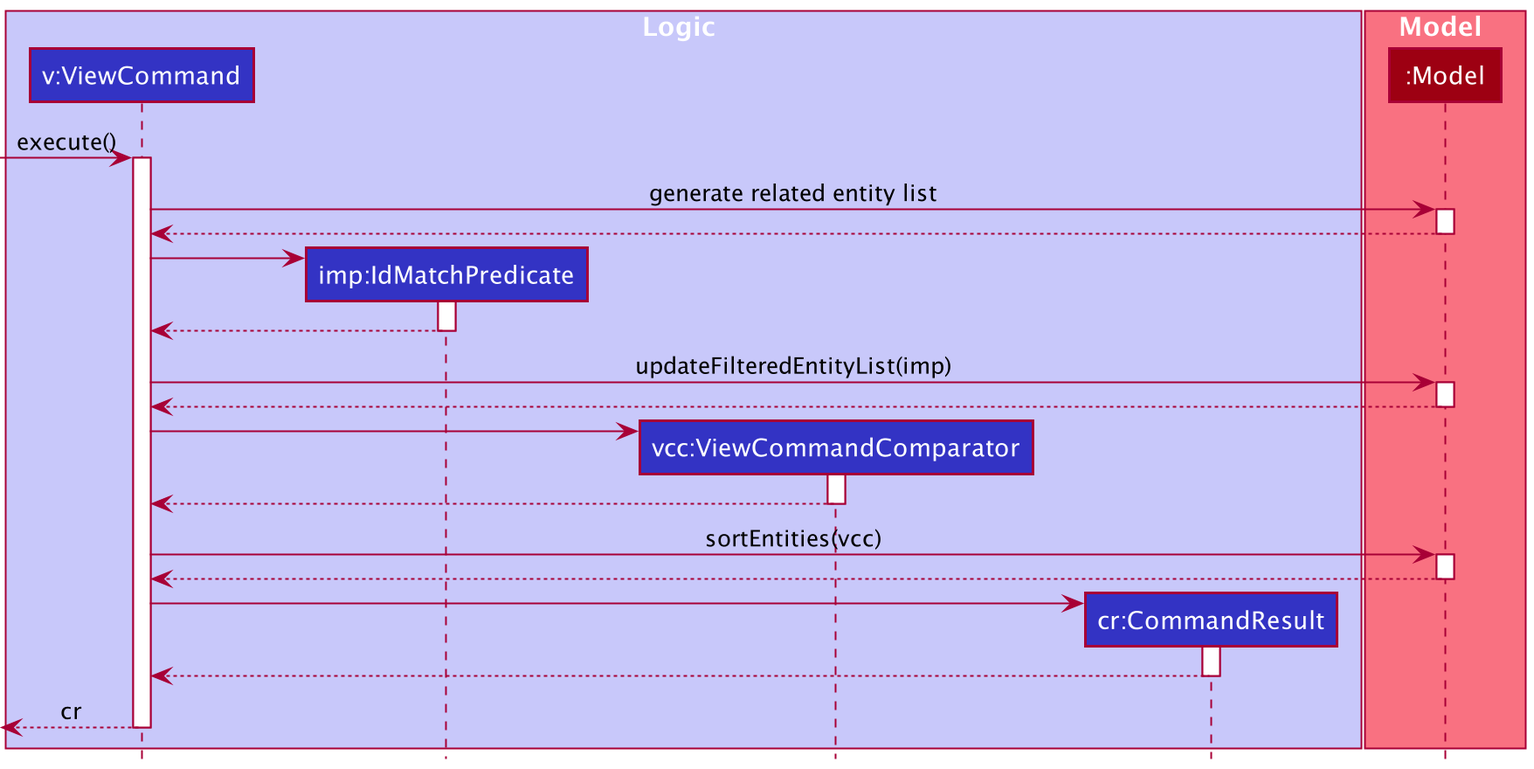
Earlier version of the PlantUML export docs/images/ViewSequenceDiagramSpecific.png (nus-cs2103-AY2021S2/tp). Its diagram source:
```plantuml
@startuml
!include style.puml

box Logic LOGIC_COLOR_T1

participant "v:ViewCommand" as ViewCommand LOGIC_COLOR
participant "imp:IdMatchPredicate" as IdMatchPredicate LOGIC_COLOR

participant "vcc:ViewCommandComparator" as ViewCommandComparator LOGIC_COLOR
participant "cr:CommandResult" as CommandResult LOGIC_COLOR
end box

box Model MODEL_COLOR_T1
participant ":Model" as Model MODEL_COLOR
end box

[-> ViewCommand : execute()

activate ViewCommand

ViewCommand -> Model : generate related entity list
activate Model
Model --> ViewCommand
deactivate Model

create IdMatchPredicate
ViewCommand -> IdMatchPredicate
activate IdMatchPredicate
IdMatchPredicate --> ViewCommand
deactivate IdMatchPredicate

ViewCommand -> Model : updateFilteredEntityList(imp)
activate Model
Model --> ViewCommand
deactivate Model

create ViewCommandComparator
ViewCommand -> ViewCommandComparator
activate ViewCommandComparator
ViewCommandComparator --> ViewCommand
deactivate ViewCommandComparator

ViewCommand -> Model : sortEntities(vcc)
activate Model
Model --> ViewCommand
deactivate Model

create CommandResult
ViewCommand -> CommandResult
activate CommandResult
CommandResult --> ViewCommand
deactivate CommandResult

[<-- ViewCommand : cr
deactivate ViewCommand

@enduml
```
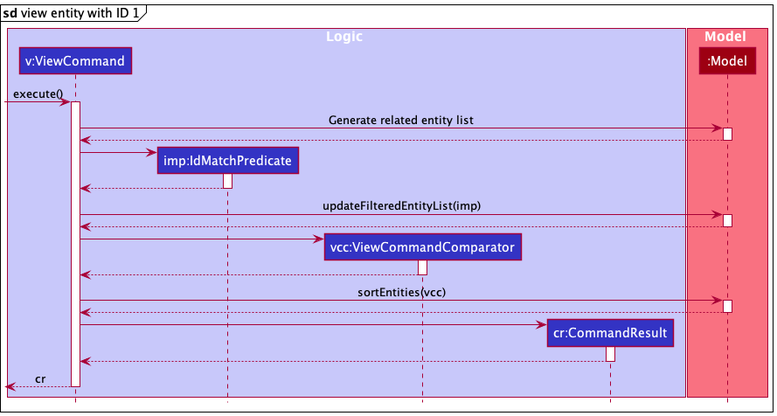
The same diagram one commit later.

Commit message:
Update view and find sequence diagrams

What changed in the source:
```diff
@@ -2,10 +2,8 @@
 !include style.puml
 
 box Logic LOGIC_COLOR_T1
-
 participant "v:ViewCommand" as ViewCommand LOGIC_COLOR
 participant "imp:IdMatchPredicate" as IdMatchPredicate LOGIC_COLOR
-
 participant "vcc:ViewCommandComparator" as ViewCommandComparator LOGIC_COLOR
 participant "cr:CommandResult" as CommandResult LOGIC_COLOR
 end box
@@ -14,11 +12,13 @@
 participant ":Model" as Model MODEL_COLOR
 end box
 
+mainframe **sd** view entity with ID 1
+
 [-> ViewCommand : execute()
 
 activate ViewCommand
 
-ViewCommand -> Model : generate related entity list
+ViewCommand -> Model : Generate related entity list
 activate Model
 Model --> ViewCommand
 deactivate Model
```
